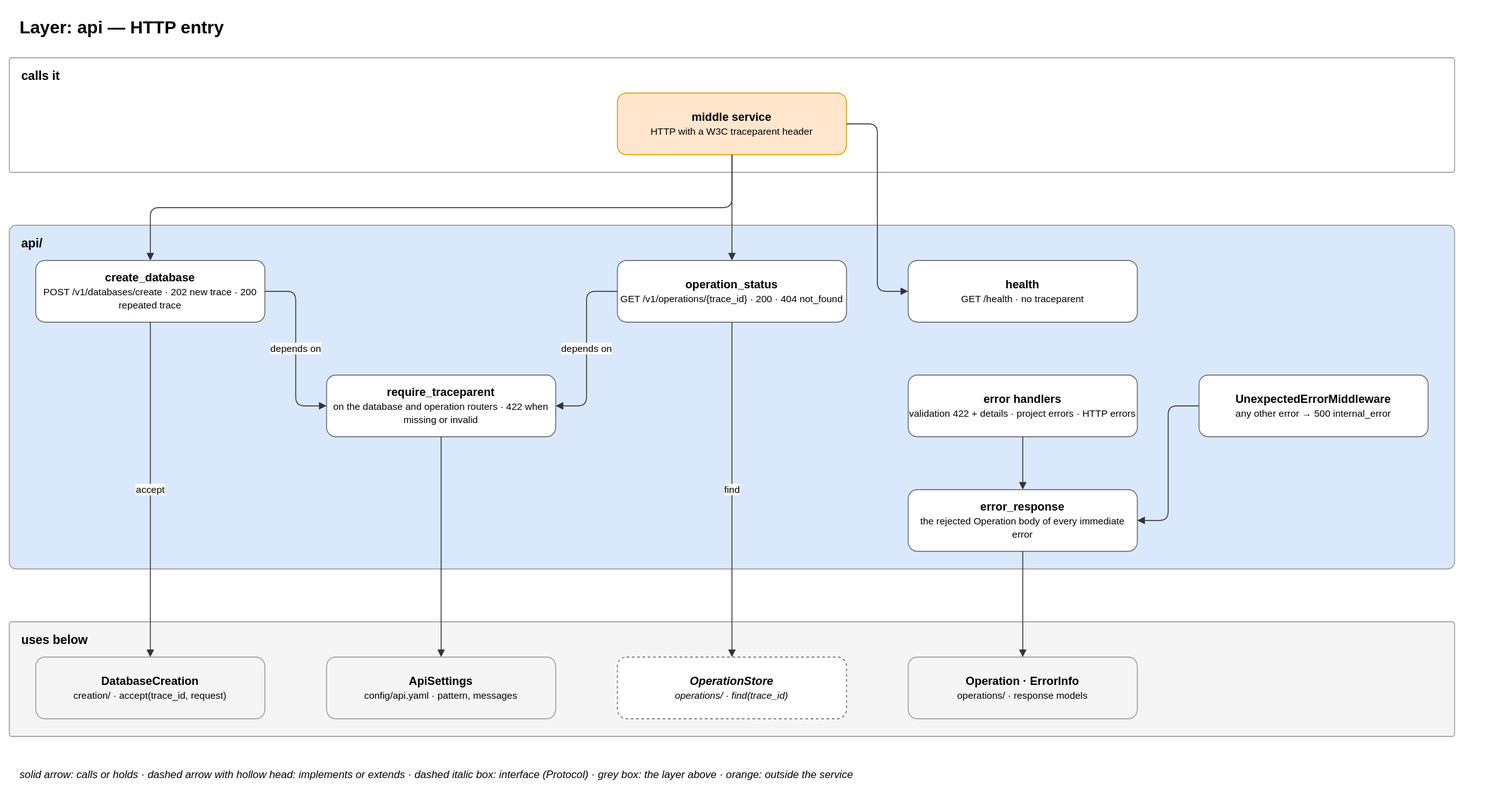
EliShteinman/redis-enterprise-services keeps this draw.io diagram as docs/diagrams/03-layer-api.drawio.svg. Above is the earlier version. Source tidied: cells renumbered, new cells last; positions are measured from the earlier drawing's top-left corner, leaving out a move shared by most shapes.
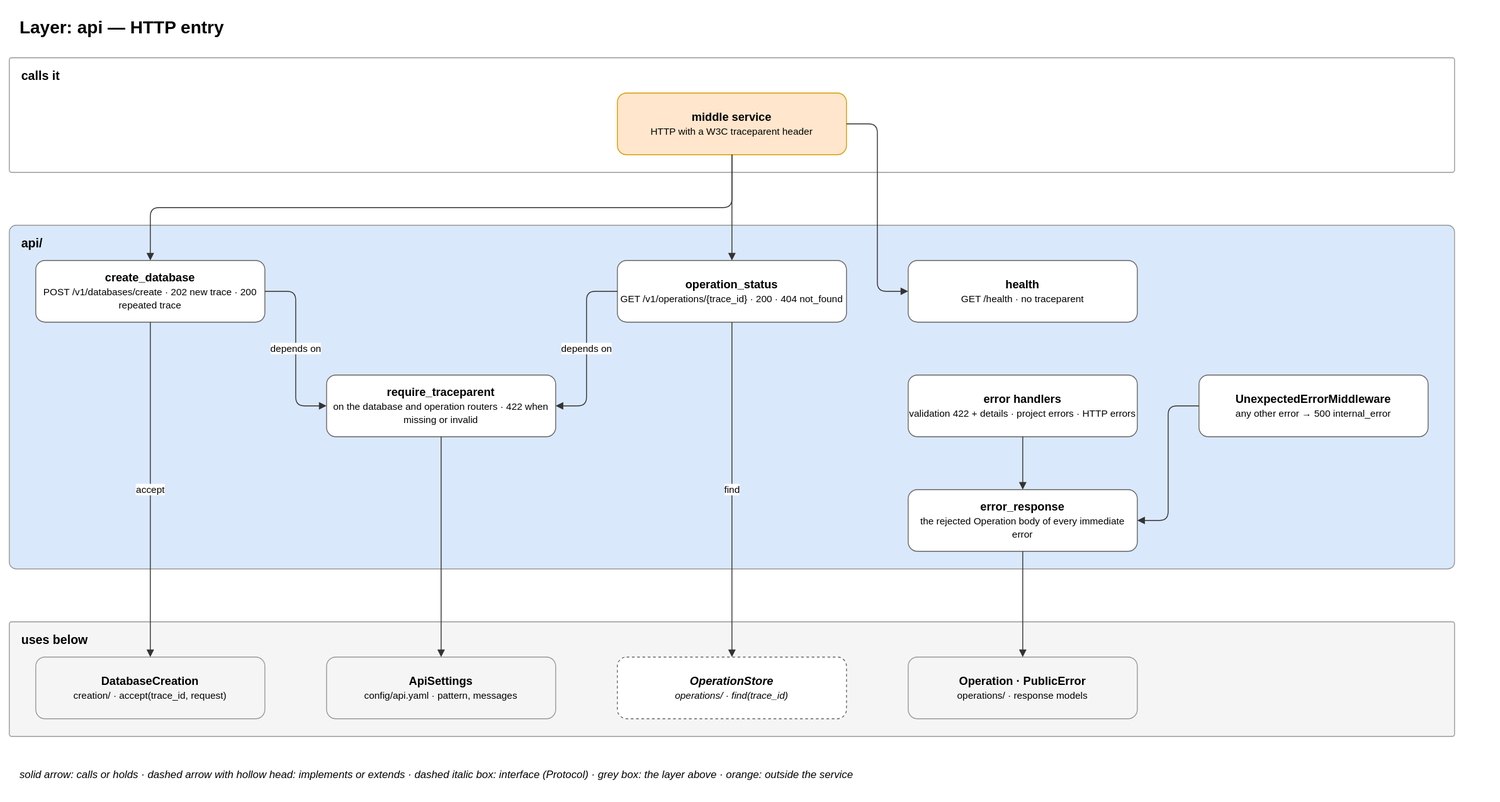
The same file after the commit.

Change to the diagram source:
```diff
@@ -47,7 +47,7 @@
     <mxCell id="16" value="&lt;b&gt;OperationStore&lt;/b&gt;&lt;br&gt;&lt;font style='font-size:11px'&gt;operations/ · find(trace_id)&lt;/font&gt;" style="rounded=1;whiteSpace=wrap;html=1;fillColor=#ffffff;strokeColor=#666666;fontSize=13;dashed=1;fontStyle=2;" parent="1" vertex="1">
       <mxGeometry x="690" y="735" width="260" height="70" as="geometry" />
     </mxCell>
-    <mxCell id="17" value="&lt;b&gt;Operation · ErrorInfo&lt;/b&gt;&lt;br&gt;&lt;font style='font-size:11px'&gt;operations/ · response models&lt;/font&gt;" style="rounded=1;whiteSpace=wrap;html=1;fillColor=#f5f5f5;strokeColor=#999999;fontSize=13;" parent="1" vertex="1">
+    <mxCell id="17" value="&lt;b&gt;Operation · PublicError&lt;/b&gt;&lt;br&gt;&lt;font style='font-size:11px'&gt;operations/ · response models&lt;/font&gt;" style="rounded=1;whiteSpace=wrap;html=1;fillColor=#f5f5f5;strokeColor=#999999;fontSize=13;" parent="1" vertex="1">
       <mxGeometry x="1020" y="735" width="260" height="70" as="geometry" />
     </mxCell>
     <mxCell id="18" style="edgeStyle=orthogonalEdgeStyle;rounded=1;html=1;fontSize=11;labelBackgroundColor=#ffffff;exitX=0.5;exitY=1;entryX=0.5;entryY=0;endArrow=block;strokeColor=#333333;" parent="1" edge="1" source="4" target="6">
```
